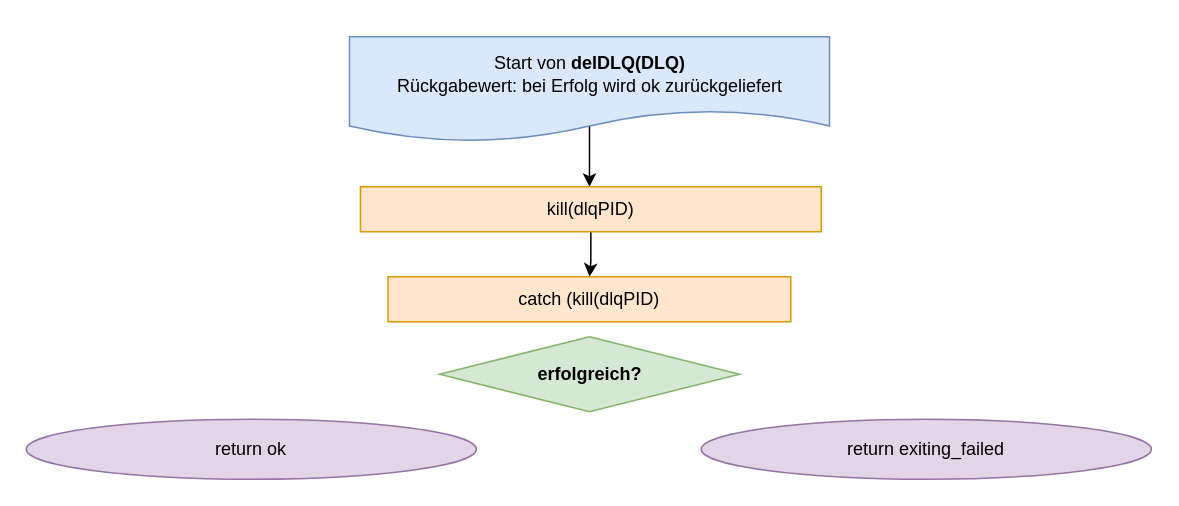
The draw.io diagram Grafiken:Bilder/draw.io/DLQ/2. delDLQ.drawio in krisschaaf/Hausarbeit_Erlang_Queues, before the edit. Source tidied: cells renumbered, new cells numbered last; positions are measured from the earlier drawing's top-left corner, leaving out a move shared by most shapes. Both pictures are drawn from the tidied source at 150%, with x=0, y=0 at pixel (26, 36).
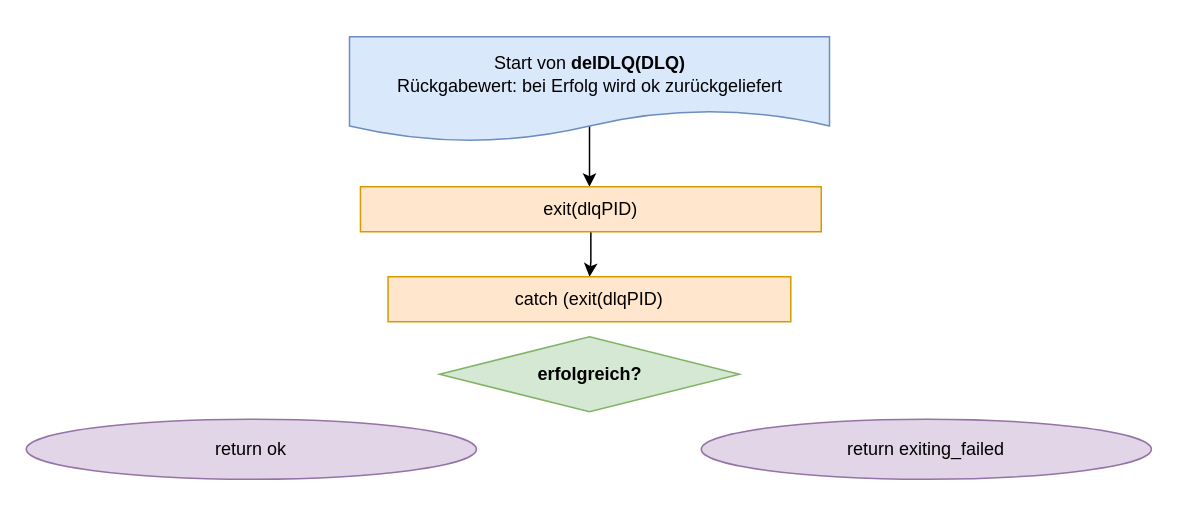
The same diagram, later.

What changed in the source:
```diff
@@
 <mxGraphModel>
   <root>
     <mxCell id="0" />
     <mxCell id="1" parent="0" />
     <mxCell id="2" style="edgeStyle=orthogonalEdgeStyle;rounded=0;jettySize=auto;html=1;exitX=0.5;exitY=0;exitDx=0;exitDy=0;" parent="1" edge="1" source="3">
       <mxGeometry relative="1" as="geometry">
         <mxPoint x="375.5" y="100" as="targetPoint" />
         <Array as="points">
           <mxPoint x="375.6" y="20" />
           <mxPoint x="375.6" y="20" />
         </Array>
       </mxGeometry>
     </mxCell>
     <mxCell id="3" value="Start von &lt;b&gt;delDLQ(DLQ)&lt;/b&gt;&lt;br&gt;Rückgabewert: bei Erfolg wird ok zurückgeliefert" style="shape=document;whiteSpace=wrap;html=1;boundedLbl=1;fillColor=#dae8fc;strokeColor=#6c8ebf;" parent="1" vertex="1">
       <mxGeometry x="215.5" width="320" height="70" as="geometry" />
     </mxCell>
     <mxCell id="4" value="return ok" style="ellipse;whiteSpace=wrap;html=1;rounded=0;fillColor=#e1d5e7;strokeColor=#9673a6;" parent="1" vertex="1">
       <mxGeometry y="255" width="300.1" height="40" as="geometry" />
     </mxCell>
     <mxCell id="5" style="edgeStyle=orthogonalEdgeStyle;rounded=0;jettySize=auto;html=1;exitX=0.5;exitY=1;exitDx=0;exitDy=0;" parent="1" edge="1" source="6" target="7">
       <mxGeometry relative="1" as="geometry" />
     </mxCell>
-    <mxCell id="6" value="kill(dlqPID)" style="rounded=0;whiteSpace=wrap;html=1;fillColor=#ffe6cc;strokeColor=#d79b00;" parent="1" vertex="1">
+    <mxCell id="6" value="exit(dlqPID)" style="rounded=0;whiteSpace=wrap;html=1;fillColor=#ffe6cc;strokeColor=#d79b00;" parent="1" vertex="1">
       <mxGeometry x="222.8" y="100" width="307.2" height="30" as="geometry" />
     </mxCell>
-    <mxCell id="7" value="catch (kill(dlqPID)" style="rounded=0;whiteSpace=wrap;html=1;fillColor=#ffe6cc;strokeColor=#d79b00;" parent="1" vertex="1">
+    <mxCell id="7" value="catch (exit(dlqPID)" style="rounded=0;whiteSpace=wrap;html=1;fillColor=#ffe6cc;strokeColor=#d79b00;" parent="1" vertex="1">
       <mxGeometry x="241.2" y="160" width="268.5" height="30" as="geometry" />
     </mxCell>
     <mxCell id="8" value="erfolgreich?" style="rhombus;whiteSpace=wrap;html=1;rounded=0;fillColor=#d5e8d4;strokeColor=#82b366;fontStyle=1;" parent="1" vertex="1">
       <mxGeometry x="275.5" y="200" width="200" height="50" as="geometry" />
     </mxCell>
     <mxCell id="9" value="return exiting_failed" style="ellipse;whiteSpace=wrap;html=1;rounded=0;fillColor=#e1d5e7;strokeColor=#9673a6;" parent="1" vertex="1">
       <mxGeometry x="450" y="255" width="300.1" height="40" as="geometry" />
     </mxCell>
   </root>
 </mxGraphModel>
```
